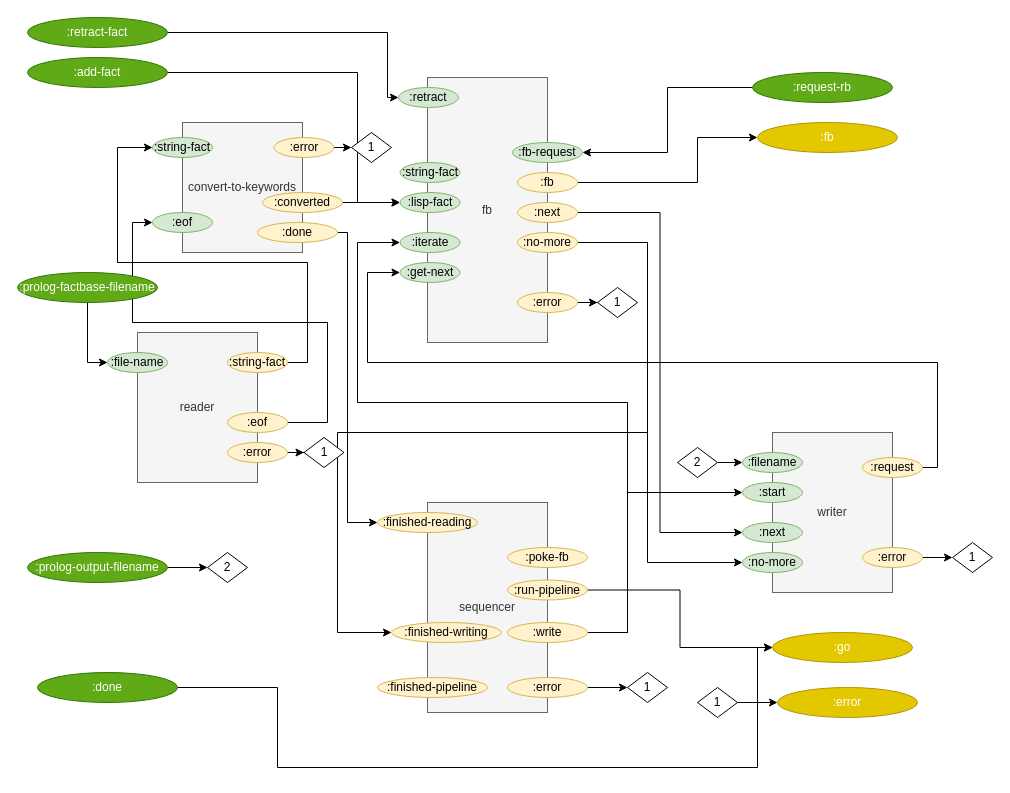
This is page "Compiler test bed" (4 of 10) of svg/cl-compiler/doc/compiler-test-bed.drawio from bmfbp/bmfbp, a draw.io file, before an edit. Source tidied: cells renumbered, new cells numbered last; positions are measured from the earlier drawing's top-left corner, leaving out a move shared by most shapes. Both pictures are drawn from the tidied source at 100%, with x=0, y=0 at pixel (17, 17).
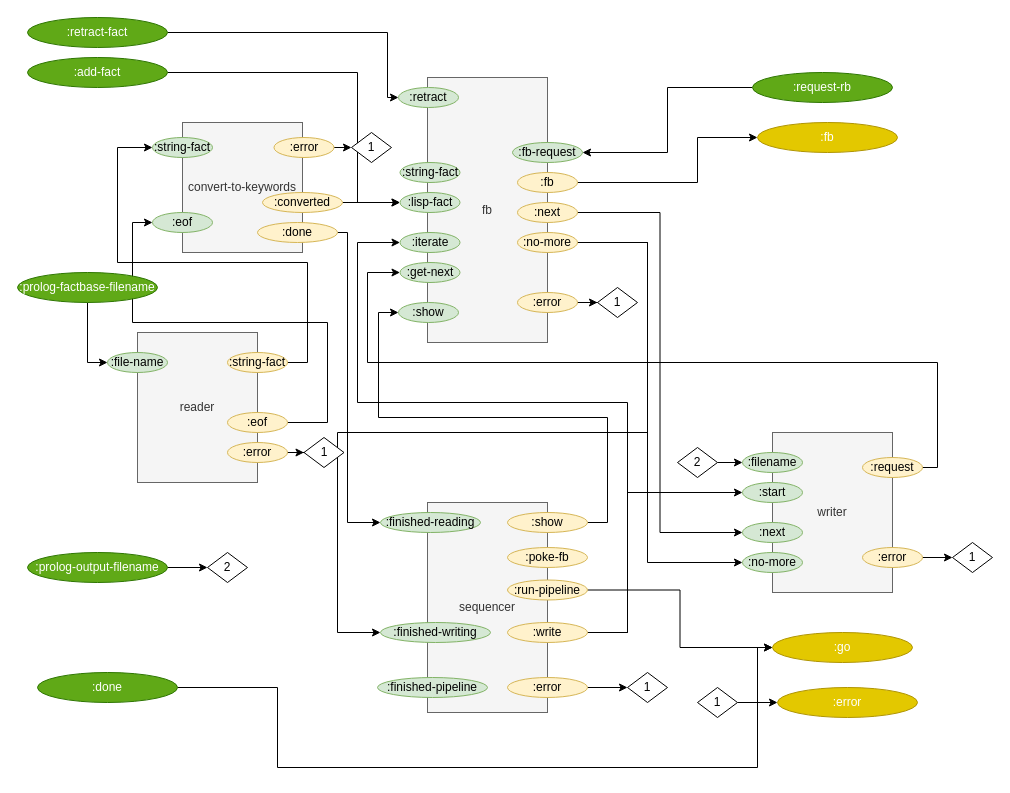
The same diagram, later.

Commit message (it also covers changes not shown here):
added show fb line

Change to the diagram source:
```diff
@@
-    <mxCell id="58" value=":finished-pipeline" style="ellipse;whiteSpace=wrap;html=1;fillColor=#fff2cc;strokeColor=#d6b656;" parent="1" vertex="1">
+    <mxCell id="58" value=":finished-pipeline" style="ellipse;whiteSpace=wrap;html=1;fillColor=#d5e8d4;strokeColor=#82b366;" parent="1" vertex="1">
       <mxGeometry x="360" y="660" width="110" height="20" as="geometry" />
     </mxCell>
@@
-    <mxCell id="62" value=":finished-writing" style="ellipse;whiteSpace=wrap;html=1;fillColor=#fff2cc;strokeColor=#d6b656;" parent="1" vertex="1">
-      <mxGeometry x="374" y="605" width="110" height="20" as="geometry" />
+    <mxCell id="62" value=":finished-writing" style="ellipse;whiteSpace=wrap;html=1;fillColor=#d5e8d4;strokeColor=#82b366;" parent="1" vertex="1">
+      <mxGeometry x="363" y="605" width="110" height="20" as="geometry" />
     </mxCell>
-    <mxCell id="63" value=":finished-reading" style="ellipse;whiteSpace=wrap;html=1;fillColor=#fff2cc;strokeColor=#d6b656;" parent="1" vertex="1">
-      <mxGeometry x="360" y="495" width="100" height="20" as="geometry" />
+    <mxCell id="63" value=":finished-reading" style="ellipse;whiteSpace=wrap;html=1;fillColor=#d5e8d4;strokeColor=#82b366;" parent="1" vertex="1">
+      <mxGeometry x="363" y="495" width="100" height="20" as="geometry" />
     </mxCell>
@@
+    <mxCell id="81" style="edgeStyle=orthogonalEdgeStyle;rounded=0;jettySize=auto;html=1;exitX=1;exitY=0.5;exitDx=0;exitDy=0;entryX=0;entryY=0.5;entryDx=0;entryDy=0;" parent="1" edge="1" source="82" target="83">
+      <mxGeometry relative="1" as="geometry" />
+    </mxCell>
+    <mxCell id="82" value=":show" style="ellipse;whiteSpace=wrap;html=1;fillColor=#fff2cc;strokeColor=#d6b656;" parent="1" vertex="1">
+      <mxGeometry x="490" y="495" width="80" height="20" as="geometry" />
+    </mxCell>
+    <mxCell id="83" value=":show" style="ellipse;whiteSpace=wrap;html=1;fillColor=#d5e8d4;strokeColor=#82b366;" parent="1" vertex="1">
+      <mxGeometry x="381" y="285" width="60" height="20" as="geometry" />
+    </mxCell>
```
